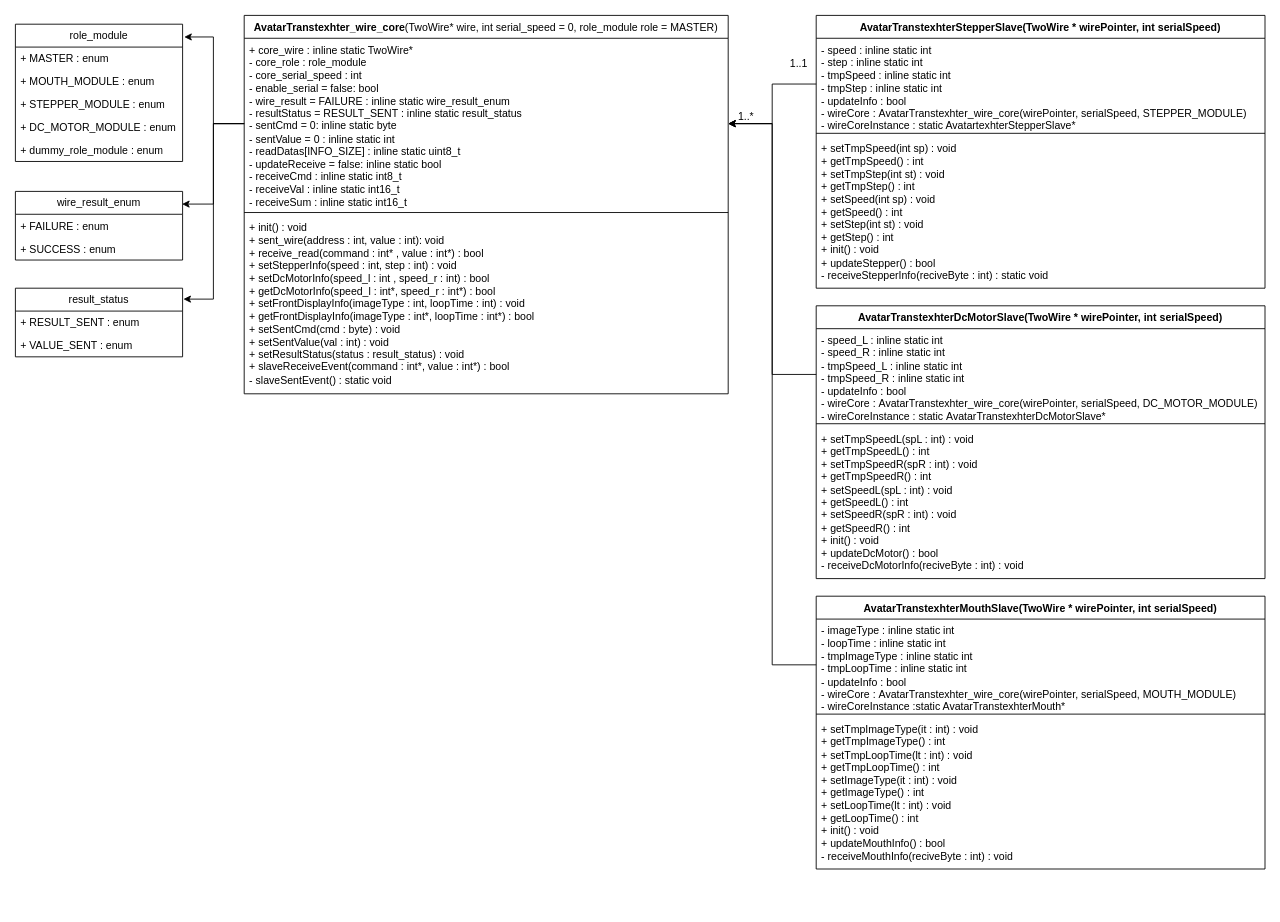
The draw.io diagram page "クラス図" (1 of 10) of doc/AvatarTranstexhter_wire_core_sequence.drawio in tremagiro/AvatarTranstexhter_wire_core, before the edit. Source tidied: cells renumbered, new cells numbered last; positions are measured from the earlier drawing's top-left corner, leaving out a move shared by most shapes. Both pictures are drawn from the tidied source at 88%, with x=0, y=0 at pixel (15, 15).
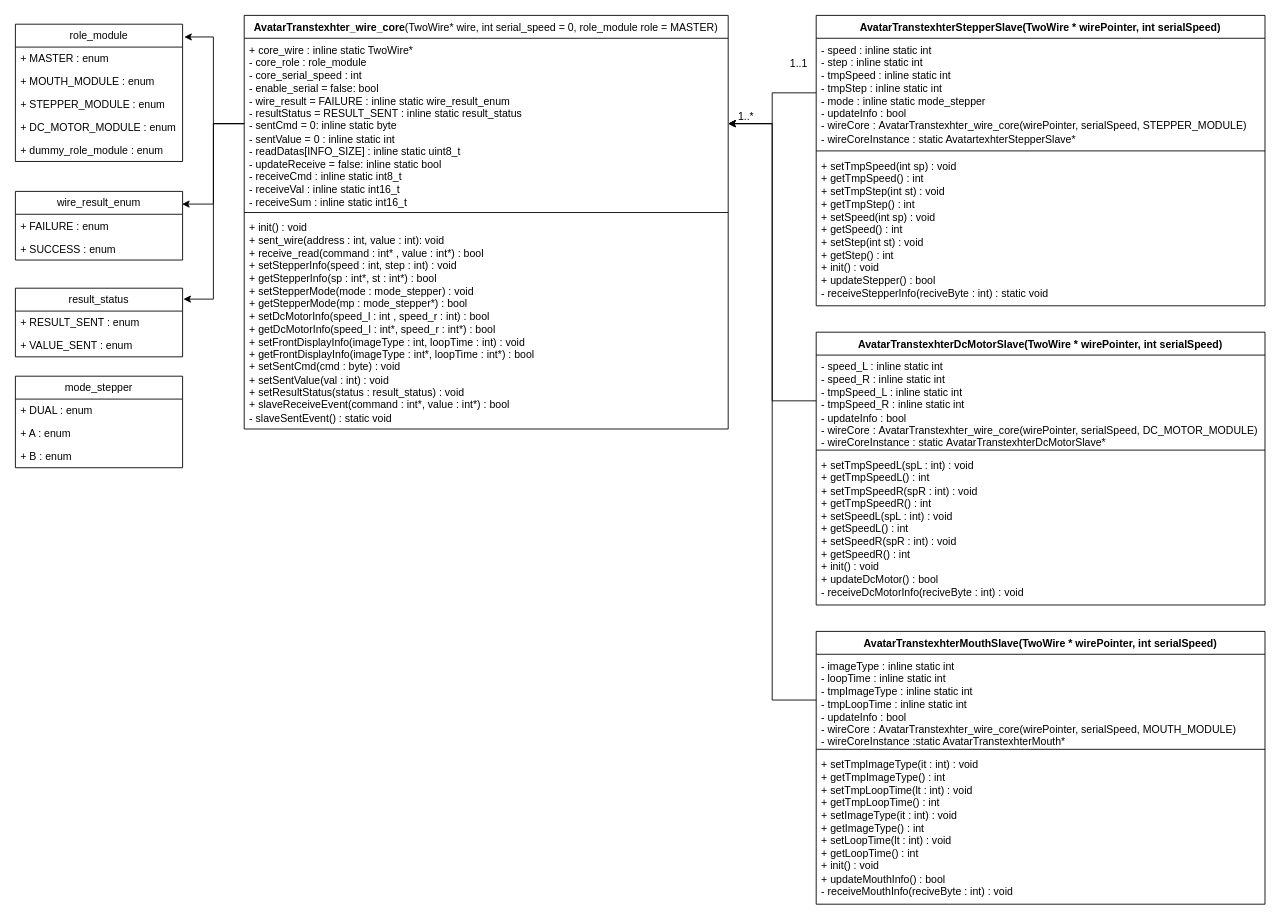
Above is the later version.

The edit, as a diff of the source:
```diff
@@
     <mxCell id="2" value="AvatarTranstexhter_wire_core&lt;span style=&quot;font-weight: 400; text-align: left;&quot;&gt;(TwoWire* wire, int serial_speed = 0,&amp;nbsp;&lt;/span&gt;&lt;span style=&quot;font-weight: 400; text-align: left;&quot;&gt;role_module role = MASTER&lt;/span&gt;&lt;span style=&quot;font-weight: 400; text-align: left;&quot;&gt;)&lt;/span&gt;" style="swimlane;fontStyle=1;align=center;verticalAlign=top;horizontal=1;startSize=26;whiteSpace=wrap;html=1;" parent="1" vertex="1">
-      <mxGeometry x="260" width="550" height="430" as="geometry" />
+      <mxGeometry x="260" width="550" height="470" as="geometry" />
     </mxCell>
@@
-    <mxCell id="5" value="&lt;div&gt;&lt;span style=&quot;background-color: transparent; color: light-dark(rgb(0, 0, 0), rgb(255, 255, 255));&quot;&gt;+ init() : void&lt;/span&gt;&lt;/div&gt;&lt;div&gt;&lt;span style=&quot;background-color: transparent; color: light-dark(rgb(0, 0, 0), rgb(255, 255, 255));&quot;&gt;+ sent_wire(address : int, value : int): void&lt;/span&gt;&lt;/div&gt;&lt;div&gt;+ receive_read(command : int* , value : int*) : bool&lt;/div&gt;&lt;div&gt;+ setStepperInfo(speed : int, step : int) : void&lt;/div&gt;&lt;div&gt;+ setDcMotorInfo(speed_l : int , speed_r : int) : bool&lt;/div&gt;&lt;div&gt;+ getDcMotorInfo(speed_l : int*, speed_r : int*) : bool&lt;/div&gt;&lt;div&gt;+ setFrontDisplayInfo(imageType : int, loopTime : int) : void&lt;/div&gt;&lt;div&gt;+ getFrontDisplayInfo(imageType : int*, loopTime : int*) : bool&lt;/div&gt;&lt;div&gt;+ setSentCmd(cmd : byte) : void&lt;/div&gt;&lt;div&gt;+ setSentValue(val : int) : void&lt;/div&gt;&lt;div&gt;+ setResultStatus(status : result_status) : void&lt;/div&gt;&lt;div&gt;+ slaveReceiveEvent(command : int*, value : int*) : bool&lt;/div&gt;-&amp;nbsp;&lt;span style=&quot;background-color: rgb(255, 255, 255); white-space: pre;&quot;&gt;&lt;font face=&quot;Helvetica&quot; style=&quot;color: rgb(0, 0, 0);&quot;&gt;slaveSentEvent&lt;/font&gt;&lt;/span&gt;&lt;span style=&quot;background-color: transparent; color: light-dark(rgb(0, 0, 0), rgb(255, 255, 255));&quot;&gt;() : static void&lt;/span&gt;" style="text;strokeColor=none;fillColor=none;align=left;verticalAlign=top;spacingLeft=4;spacingRight=4;overflow=hidden;whiteSpace=wrap;html=1;" parent="2" vertex="1">
-      <mxGeometry y="228" width="550" height="202" as="geometry" />
+    <mxCell id="5" value="&lt;div&gt;&lt;span style=&quot;background-color: transparent; color: light-dark(rgb(0, 0, 0), rgb(255, 255, 255));&quot;&gt;+ init() : void&lt;/span&gt;&lt;/div&gt;&lt;div&gt;&lt;span style=&quot;background-color: transparent; color: light-dark(rgb(0, 0, 0), rgb(255, 255, 255));&quot;&gt;+ sent_wire(address : int, value : int): void&lt;/span&gt;&lt;/div&gt;&lt;div&gt;+ receive_read(command : int* , value : int*) : bool&lt;/div&gt;&lt;div&gt;+ setStepperInfo(speed : int, step : int) : void&lt;/div&gt;&lt;div&gt;+ getStepperInfo(sp : int*, st : int*) : bool&lt;/div&gt;&lt;div&gt;+ setStepperMode(mode :&amp;nbsp;&lt;span style=&quot;text-align: center; background-color: transparent; color: light-dark(rgb(0, 0, 0), rgb(255, 255, 255));&quot;&gt;mode_stepper&lt;/span&gt;&lt;span style=&quot;background-color: transparent; color: light-dark(rgb(0, 0, 0), rgb(255, 255, 255));&quot;&gt;) : void&lt;/span&gt;&lt;/div&gt;&lt;div&gt;+ getStepperMode(mp : mode_stepper*) : bool&lt;/div&gt;&lt;div&gt;+ setDcMotorInfo(speed_l : int , speed_r : int) : bool&lt;/div&gt;&lt;div&gt;+ getDcMotorInfo(speed_l : int*, speed_r : int*) : bool&lt;/div&gt;&lt;div&gt;+ setFrontDisplayInfo(imageType : int, loopTime : int) : void&lt;/div&gt;&lt;div&gt;+ getFrontDisplayInfo(imageType : int*, loopTime : int*) : bool&lt;/div&gt;&lt;div&gt;+ setSentCmd(cmd : byte) : void&lt;/div&gt;&lt;div&gt;+ setSentValue(val : int) : void&lt;/div&gt;&lt;div&gt;+ setResultStatus(status : result_status) : void&lt;/div&gt;&lt;div&gt;+ slaveReceiveEvent(command : int*, value : int*) : bool&lt;/div&gt;-&amp;nbsp;&lt;span style=&quot;background-color: rgb(255, 255, 255); white-space: pre;&quot;&gt;&lt;font face=&quot;Helvetica&quot; style=&quot;color: rgb(0, 0, 0);&quot;&gt;slaveSentEvent&lt;/font&gt;&lt;/span&gt;&lt;span style=&quot;background-color: transparent; color: light-dark(rgb(0, 0, 0), rgb(255, 255, 255));&quot;&gt;() : static void&lt;/span&gt;" style="text;strokeColor=none;fillColor=none;align=left;verticalAlign=top;spacingLeft=4;spacingRight=4;overflow=hidden;whiteSpace=wrap;html=1;" parent="2" vertex="1">
+      <mxGeometry y="228" width="550" height="242" as="geometry" />
     </mxCell>
@@
     <mxCell id="21" value="AvatarTranstexhterStepperSlave(TwoWire * wirePointer, int serialSpeed)" style="swimlane;fontStyle=1;align=center;verticalAlign=top;horizontal=1;startSize=26;whiteSpace=wrap;html=1;" parent="1" vertex="1">
-      <mxGeometry x="910" width="510" height="310" as="geometry" />
+      <mxGeometry x="910" width="510" height="330" as="geometry" />
     </mxCell>
-    <mxCell id="22" value="- speed : inline static int&lt;div&gt;- step : inline static int&lt;/div&gt;&lt;div&gt;- tmpSpeed : inline static int&lt;/div&gt;&lt;div&gt;- tmpStep : inline static int&lt;/div&gt;&lt;div&gt;- updateInfo : bool&lt;/div&gt;&lt;div&gt;- wireCore :&amp;nbsp;&lt;span style=&quot;text-align: center; background-color: transparent; color: light-dark(rgb(0, 0, 0), rgb(255, 255, 255));&quot;&gt;AvatarTranstexhter_wire_core(wirePointer, serialSpeed,&amp;nbsp;&lt;/span&gt;&lt;span style=&quot;text-align: center; background-color: transparent; color: light-dark(rgb(0, 0, 0), rgb(255, 255, 255));&quot;&gt;STEPPER_MODULE&lt;/span&gt;&lt;span style=&quot;background-color: transparent; color: light-dark(rgb(0, 0, 0), rgb(255, 255, 255)); text-align: center;&quot;&gt;)&lt;/span&gt;&lt;/div&gt;&lt;div&gt;&lt;span style=&quot;background-color: transparent; color: light-dark(rgb(0, 0, 0), rgb(255, 255, 255)); text-align: center;&quot;&gt;- wireCoreInstance : static AvatartexhterStepperSlave*&lt;/span&gt;&lt;/div&gt;" style="text;strokeColor=none;fillColor=none;align=left;verticalAlign=top;spacingLeft=4;spacingRight=4;overflow=hidden;points=[[0,0.5],[1,0.5]];portConstraint=eastwest;whiteSpace=wrap;html=1;" parent="21" vertex="1">
-      <mxGeometry y="26" width="510" height="104" as="geometry" />
+    <mxCell id="22" value="- speed : inline static int&lt;div&gt;- step : inline static int&lt;/div&gt;&lt;div&gt;- tmpSpeed : inline static int&lt;/div&gt;&lt;div&gt;- tmpStep : inline static int&lt;/div&gt;&lt;div&gt;- mode : inline static mode_stepper&lt;/div&gt;&lt;div&gt;- updateInfo : bool&lt;/div&gt;&lt;div&gt;- wireCore :&amp;nbsp;&lt;span style=&quot;text-align: center; background-color: transparent; color: light-dark(rgb(0, 0, 0), rgb(255, 255, 255));&quot;&gt;AvatarTranstexhter_wire_core(wirePointer, serialSpeed,&amp;nbsp;&lt;/span&gt;&lt;span style=&quot;text-align: center; background-color: transparent; color: light-dark(rgb(0, 0, 0), rgb(255, 255, 255));&quot;&gt;STEPPER_MODULE&lt;/span&gt;&lt;span style=&quot;background-color: transparent; color: light-dark(rgb(0, 0, 0), rgb(255, 255, 255)); text-align: center;&quot;&gt;)&lt;/span&gt;&lt;/div&gt;&lt;div&gt;&lt;span style=&quot;background-color: transparent; color: light-dark(rgb(0, 0, 0), rgb(255, 255, 255)); text-align: center;&quot;&gt;- wireCoreInstance : static AvatartexhterStepperSlave*&lt;/span&gt;&lt;/div&gt;" style="text;strokeColor=none;fillColor=none;align=left;verticalAlign=top;spacingLeft=4;spacingRight=4;overflow=hidden;points=[[0,0.5],[1,0.5]];portConstraint=eastwest;whiteSpace=wrap;html=1;" parent="21" vertex="1">
+      <mxGeometry y="26" width="510" height="124" as="geometry" />
     </mxCell>
     <mxCell id="23" style="line;strokeWidth=1;fillColor=none;align=left;verticalAlign=middle;spacingTop=-1;spacingLeft=3;spacingRight=3;labelPosition=right;strokeColor=inherit;" parent="21" vertex="1">
-      <mxGeometry y="130" width="510" height="8" as="geometry" />
+      <mxGeometry y="150" width="510" height="8" as="geometry" />
     </mxCell>
     <mxCell id="24" value="+ setTmpSpeed(int sp) : void&lt;div&gt;+ getTmpSpeed() : int&lt;/div&gt;&lt;div&gt;+ setTmpStep(int st) : void&lt;/div&gt;&lt;div&gt;+ getTmpStep() : int&lt;/div&gt;&lt;div&gt;+ setSpeed(int sp) : void&lt;div&gt;+ getSpeed() : int&lt;/div&gt;&lt;div&gt;+ setStep(int st) : void&lt;/div&gt;&lt;div&gt;+ getStep() : int&lt;/div&gt;&lt;/div&gt;&lt;div&gt;+ init() : void&lt;br&gt;&lt;/div&gt;&lt;div&gt;+ updateStepper() : bool&lt;/div&gt;&lt;div&gt;- receiveStepperInfo(reciveByte : int) : static void&lt;/div&gt;" style="text;strokeColor=none;fillColor=none;align=left;verticalAlign=top;spacingLeft=4;spacingRight=4;overflow=hidden;whiteSpace=wrap;html=1;" parent="21" vertex="1">
-      <mxGeometry y="138" width="510" height="172" as="geometry" />
+      <mxGeometry y="158" width="510" height="172" as="geometry" />
     </mxCell>
@@
     <mxCell id="26" value="AvatarTranstexhterDcMotorSlave(TwoWire * wirePointer, int serialSpeed)" style="swimlane;fontStyle=1;align=center;verticalAlign=top;horizontal=1;startSize=26;whiteSpace=wrap;html=1;" parent="1" vertex="1">
-      <mxGeometry x="910" y="330" width="510" height="310" as="geometry" />
+      <mxGeometry x="910" y="360" width="510" height="310" as="geometry" />
     </mxCell>
@@
     <mxCell id="31" value="AvatarTranstexhterMouthSlave(TwoWire * wirePointer, int serialSpeed)" style="swimlane;fontStyle=1;align=center;verticalAlign=top;horizontal=1;startSize=26;whiteSpace=wrap;html=1;" parent="1" vertex="1">
-      <mxGeometry x="910" y="660" width="510" height="310" as="geometry" />
+      <mxGeometry x="910" y="700" width="510" height="310" as="geometry" />
     </mxCell>
@@
+    <mxCell id="38" value="mode_stepper" style="swimlane;fontStyle=0;horizontal=1;startSize=26;fillColor=none;whiteSpace=wrap;html=1;" parent="1" vertex="1">
+      <mxGeometry y="410" width="190" height="104" as="geometry" />
+    </mxCell>
+    <mxCell id="39" value="+ DUAL : enum" style="text;strokeColor=none;fillColor=none;align=left;verticalAlign=top;spacingLeft=4;spacingRight=4;overflow=hidden;whiteSpace=wrap;html=1;" parent="38" vertex="1">
+      <mxGeometry y="26" width="190" height="26" as="geometry" />
+    </mxCell>
+    <mxCell id="40" value="+ A : enum" style="text;strokeColor=none;fillColor=none;align=left;verticalAlign=top;spacingLeft=4;spacingRight=4;overflow=hidden;whiteSpace=wrap;html=1;" parent="38" vertex="1">
+      <mxGeometry y="52" width="190" height="26" as="geometry" />
+    </mxCell>
+    <mxCell id="41" value="+ B : enum" style="text;strokeColor=none;fillColor=none;align=left;verticalAlign=top;spacingLeft=4;spacingRight=4;overflow=hidden;whiteSpace=wrap;html=1;" parent="38" vertex="1">
+      <mxGeometry y="78" width="190" height="26" as="geometry" />
+    </mxCell>
```
